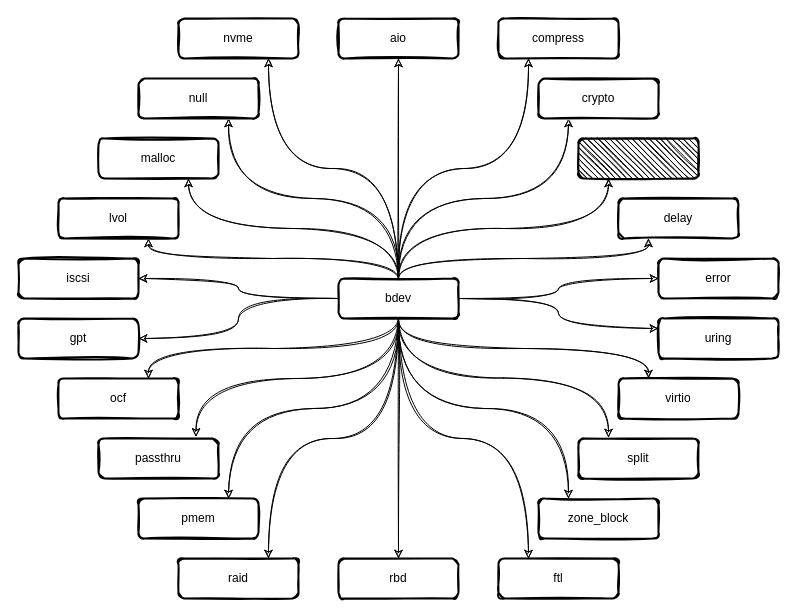
Before: page "spdk_bdev_modules" (3 of 5) of spdk/spdk_bdev.drawio in EarthWind/deeparch, a draw.io diagram. Source tidied: cells renumbered, new cells numbered last; positions are measured from the earlier drawing's top-left corner, leaving out a move shared by most shapes. Both pictures are drawn from the tidied source at 100%, with x=0, y=0 at pixel (18, 18).
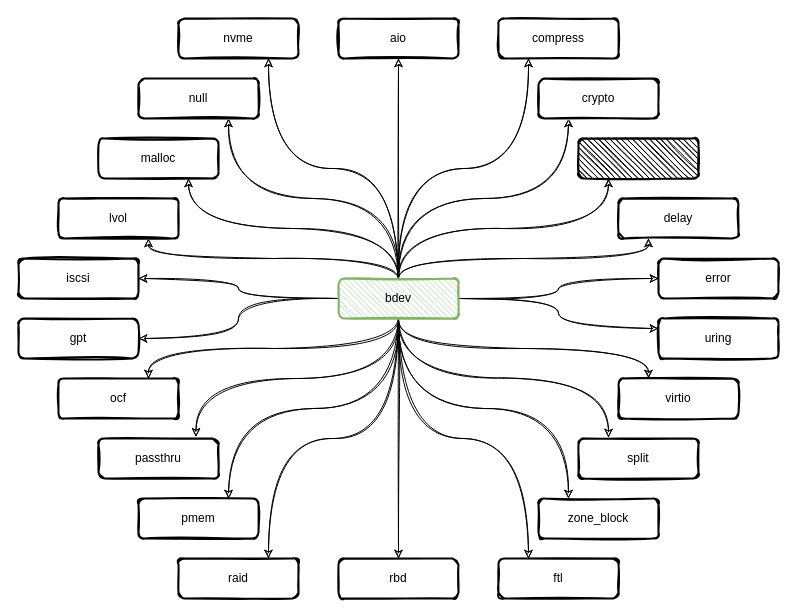
Above is the later version.

Change to the diagram source:
```diff
@@
-    <mxCell id="24" value="bdev" style="rounded=1;whiteSpace=wrap;html=1;strokeWidth=2;fillWeight=4;hachureGap=8;hachureAngle=45;sketch=1;shadow=0;fontSize=12;fontColor=#000000;fillColor=#FFFFFF;" parent="1" vertex="1">
+    <mxCell id="24" value="bdev" style="rounded=1;whiteSpace=wrap;html=1;strokeWidth=2;fillWeight=1;hachureGap=4;hachureAngle=45;sketch=1;shadow=0;fontSize=12;fillColor=#d5e8d4;strokeColor=#82b366;" parent="1" vertex="1">
       <mxGeometry x="320" y="260" width="120" height="40" as="geometry" />
     </mxCell>
```
